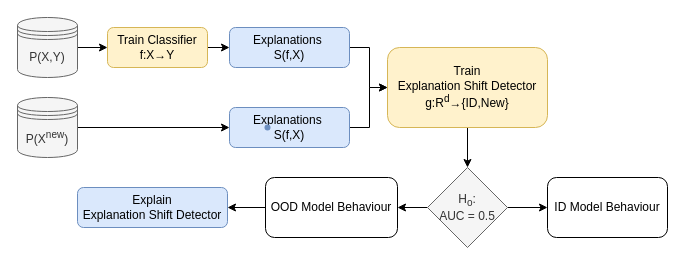
Before: images/Diagrama sin título.drawio in cmougan/xAIAuditing, a draw.io diagram. Source tidied: cells renumbered, new cells numbered last; positions are measured from the earlier drawing's top-left corner, leaving out a move shared by most shapes. Both pictures are drawn from the tidied source at 100%, with x=0, y=0 at pixel (17, 17).
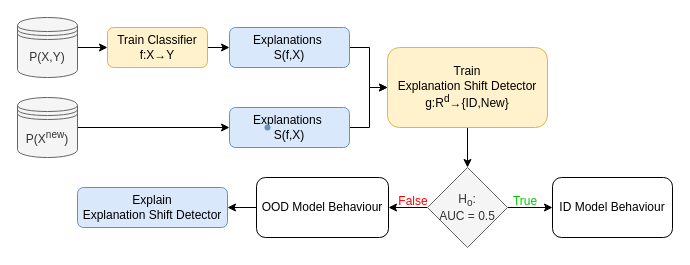
Above is the later version.

Diff of the diagram source:
```diff
@@
     <mxCell id="18" value="ID Model Behaviour" style="rounded=1;whiteSpace=wrap;html=1;" parent="1" vertex="1">
-      <mxGeometry x="530" y="160" width="120" height="60" as="geometry" />
+      <mxGeometry x="535" y="160" width="120" height="60" as="geometry" />
     </mxCell>
@@
     <mxCell id="20" value="OOD Model Behaviour" style="rounded=1;whiteSpace=wrap;html=1;" parent="1" vertex="1">
-      <mxGeometry x="248" y="160" width="132" height="60" as="geometry" />
+      <mxGeometry x="239" y="160" width="132" height="60" as="geometry" />
     </mxCell>
@@
+    <mxCell id="22" value="&lt;font color=&quot;#00cc00&quot;&gt;True&lt;/font&gt;" style="text;strokeColor=none;align=center;fillColor=none;html=1;verticalAlign=middle;whiteSpace=wrap;rounded=0;" parent="1" vertex="1">
+      <mxGeometry x="478" y="169" width="60" height="30" as="geometry" />
+    </mxCell>
+    <mxCell id="23" value="&lt;font color=&quot;#ff0000&quot;&gt;False&lt;/font&gt;" style="text;strokeColor=none;align=center;fillColor=none;html=1;verticalAlign=middle;whiteSpace=wrap;rounded=0;" parent="1" vertex="1">
+      <mxGeometry x="366" y="169" width="60" height="30" as="geometry" />
+    </mxCell>
```
